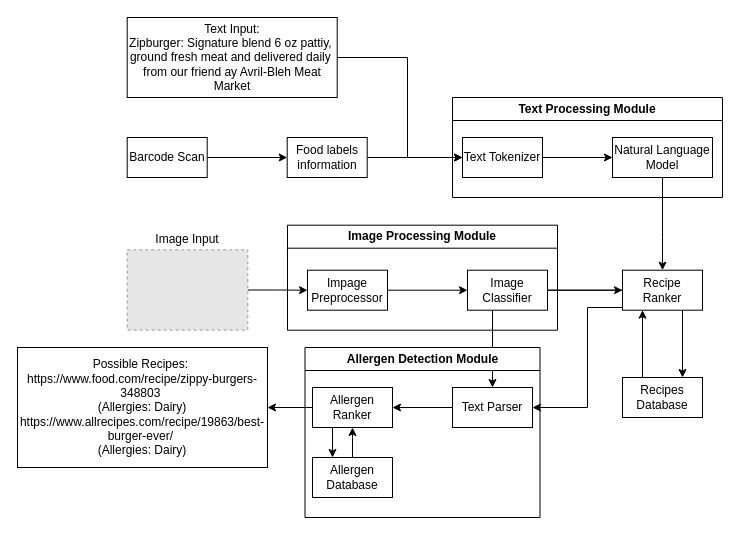
The draw.io diagram Assignments/Senior Design II/Assignment_4_Expo_Poster/Diagram.drawio in kalebwbishop/senior-design, before the edit. Source tidied: cells renumbered, new cells numbered last; positions are measured from the earlier drawing's top-left corner, leaving out a move shared by most shapes. Both pictures are drawn from the tidied source at 100%, with x=0, y=0 at pixel (17, 17). Pictures stored in the file or linked from it are replaced by grey dashed boxes.
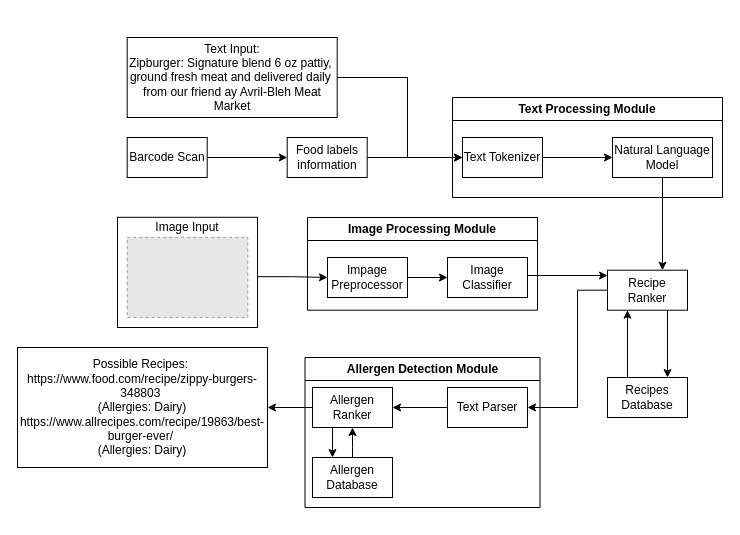
The same diagram, later.

Unchanged cells that the change refers to:
```xml
<mxCell id="18" value="Text Tokenizer" style="rounded=0;whiteSpace=wrap;html=1;" parent="16" vertex="1">
  <mxGeometry x="10" y="40" width="80" height="40" as="geometry" />
</mxCell>
```

Diff of the diagram source:
```diff
@@
+    <mxCell id="36" style="edgeStyle=orthogonalEdgeStyle;rounded=0;jettySize=auto;html=1;exitX=1.003;exitY=0.539;exitDx=0;exitDy=0;exitPerimeter=0;" parent="1" edge="1" source="37" target="22">
+      <mxGeometry relative="1" as="geometry" />
+    </mxCell>
+    <mxCell id="37" style="rounded=0;whiteSpace=wrap;html=1;" parent="1" vertex="1">
+      <mxGeometry x="100" y="199.8" width="140" height="110.2" as="geometry" />
+    </mxCell>
@@
     <mxCell id="7" style="edgeStyle=orthogonalEdgeStyle;rounded=0;jettySize=auto;html=1;exitX=1;exitY=0.5;exitDx=0;exitDy=0;" parent="1" edge="1" source="8" target="18">
       <mxGeometry relative="1" as="geometry">
         <Array as="points">
-          <mxPoint x="390" y="40" />
+          <mxPoint x="390" y="60" />
           <mxPoint x="390" y="140" />
         </Array>
       </mxGeometry>
     </mxCell>
     <mxCell id="8" value="&lt;div&gt;Text Input:&lt;/div&gt;&lt;div&gt;Zipburger: Signature blend 6 oz pattiy,&amp;nbsp;&lt;/div&gt;&lt;div&gt;ground fresh meat and delivered daily&amp;nbsp;&lt;/div&gt;&lt;div&gt;from our friend ay Avril-Bleh Meat Market&lt;/div&gt;" style="rounded=0;whiteSpace=wrap;html=1;" parent="1" vertex="1">
-      <mxGeometry x="109.7" width="210" height="80" as="geometry" />
+      <mxGeometry x="109.7" y="20" width="210" height="80" as="geometry" />
     </mxCell>
@@
-    <mxCell id="10" style="edgeStyle=orthogonalEdgeStyle;rounded=0;jettySize=auto;html=1;exitX=0;exitY=0.5;exitDx=0;exitDy=0;" parent="1" edge="1" source="13" target="27">
-      <mxGeometry relative="1" as="geometry" />
-    </mxCell>
@@
-    <mxCell id="12" style="edgeStyle=orthogonalEdgeStyle;rounded=0;jettySize=auto;html=1;exitX=0;exitY=0.75;exitDx=0;exitDy=0;entryX=1;entryY=0.5;entryDx=0;entryDy=0;" parent="1" edge="1" source="13" target="27">
-      <mxGeometry relative="1" as="geometry">
-        <Array as="points">
-          <mxPoint x="605" y="290" />
-          <mxPoint x="570" y="290" />
-          <mxPoint x="570" y="390" />
-        </Array>
-      </mxGeometry>
-    </mxCell>
+    <mxCell id="38" style="edgeStyle=orthogonalEdgeStyle;rounded=0;jettySize=auto;html=1;exitX=0;exitY=0.5;exitDx=0;exitDy=0;" parent="1" edge="1" source="13" target="27">
+      <mxGeometry relative="1" as="geometry">
+        <Array as="points">
+          <mxPoint x="560" y="273" />
+          <mxPoint x="560" y="390" />
+        </Array>
+      </mxGeometry>
+    </mxCell>
     <mxCell id="13" value="Recipe Ranker" style="rounded=0;whiteSpace=wrap;html=1;" parent="1" vertex="1">
-      <mxGeometry x="605" y="252.7" width="80" height="40" as="geometry" />
+      <mxGeometry x="590" y="252.7" width="80" height="40" as="geometry" />
     </mxCell>
@@
     <mxCell id="15" value="Recipes Database" style="rounded=0;whiteSpace=wrap;html=1;" parent="1" vertex="1">
-      <mxGeometry x="605" y="360" width="80" height="40" as="geometry" />
+      <mxGeometry x="590" y="360" width="80" height="40" as="geometry" />
     </mxCell>
@@
-    <mxCell id="20" style="edgeStyle=orthogonalEdgeStyle;rounded=0;jettySize=auto;html=1;" parent="1" edge="1" source="34" target="22">
-      <mxGeometry relative="1" as="geometry" />
-    </mxCell>
     <mxCell id="21" value="Image Processing Module" style="swimlane;whiteSpace=wrap;html=1;" parent="1" vertex="1">
-      <mxGeometry x="270" y="207.7" width="270" height="105" as="geometry" />
+      <mxGeometry x="290" y="200" width="230" height="92.7" as="geometry" />
     </mxCell>
     <mxCell id="22" value="Impage Preprocessor" style="rounded=0;whiteSpace=wrap;html=1;" parent="21" vertex="1">
-      <mxGeometry x="20" y="45" width="80" height="40" as="geometry" />
+      <mxGeometry x="20" y="40" width="80" height="40" as="geometry" />
     </mxCell>
     <mxCell id="23" value="Image Classifier" style="rounded=0;whiteSpace=wrap;html=1;" parent="21" vertex="1">
-      <mxGeometry x="180" y="45" width="80" height="40" as="geometry" />
+      <mxGeometry x="140" y="40" width="80" height="40" as="geometry" />
     </mxCell>
@@
-    <mxCell id="25" style="edgeStyle=orthogonalEdgeStyle;rounded=0;jettySize=auto;html=1;exitX=1;exitY=0.5;exitDx=0;exitDy=0;" parent="1" edge="1" source="23" target="13">
-      <mxGeometry relative="1" as="geometry" />
-    </mxCell>
     <mxCell id="26" value="Allergen Detection Module" style="swimlane;whiteSpace=wrap;html=1;" parent="1" vertex="1">
-      <mxGeometry x="287.5" y="330" width="235" height="170" as="geometry" />
+      <mxGeometry x="287.5" y="340" width="235" height="150" as="geometry" />
     </mxCell>
     <mxCell id="27" value="Text Parser" style="rounded=0;whiteSpace=wrap;html=1;" parent="26" vertex="1">
-      <mxGeometry x="147.5" y="40" width="80" height="40" as="geometry" />
+      <mxGeometry x="142.5" y="30" width="80" height="40" as="geometry" />
     </mxCell>
@@
     <mxCell id="29" value="Allergen Ranker" style="rounded=0;whiteSpace=wrap;html=1;" parent="26" vertex="1">
-      <mxGeometry x="7.5" y="40" width="80" height="40" as="geometry" />
+      <mxGeometry x="7.5" y="30" width="80" height="40" as="geometry" />
     </mxCell>
@@
     <mxCell id="31" value="Allergen Database" style="rounded=0;whiteSpace=wrap;html=1;" parent="26" vertex="1">
-      <mxGeometry x="7.5" y="110" width="80" height="40" as="geometry" />
+      <mxGeometry x="7.5" y="100" width="80" height="40" as="geometry" />
     </mxCell>
@@
     <mxCell id="34" style="fillColor=#E6E6E6;strokeColor=#999999;dashed=1;verticalLabelPosition=bottom;labelBackgroundColor=default;verticalAlign=top;" parent="1" vertex="1">
-      <mxGeometry x="109.7" y="232.3" width="120.6" height="80.3" as="geometry" />
+      <mxGeometry x="109.7" y="219.8" width="120.6" height="80.3" as="geometry" />
     </mxCell>
     <mxCell id="35" value="Image Input" style="text;html=1;align=center;verticalAlign=middle;whiteSpace=wrap;rounded=0;" parent="1" vertex="1">
-      <mxGeometry x="135" y="212.3" width="70" height="20" as="geometry" />
+      <mxGeometry x="135" y="199.8" width="70" height="20" as="geometry" />
     </mxCell>
+    <mxCell id="25" style="edgeStyle=orthogonalEdgeStyle;rounded=0;jettySize=auto;html=1;exitX=1;exitY=0.5;exitDx=0;exitDy=0;" parent="1" edge="1" source="23" target="13">
+      <mxGeometry relative="1" as="geometry">
+        <Array as="points">
+          <mxPoint x="590" y="258" />
+          <mxPoint x="590" y="258" />
+        </Array>
+      </mxGeometry>
+    </mxCell>
```
